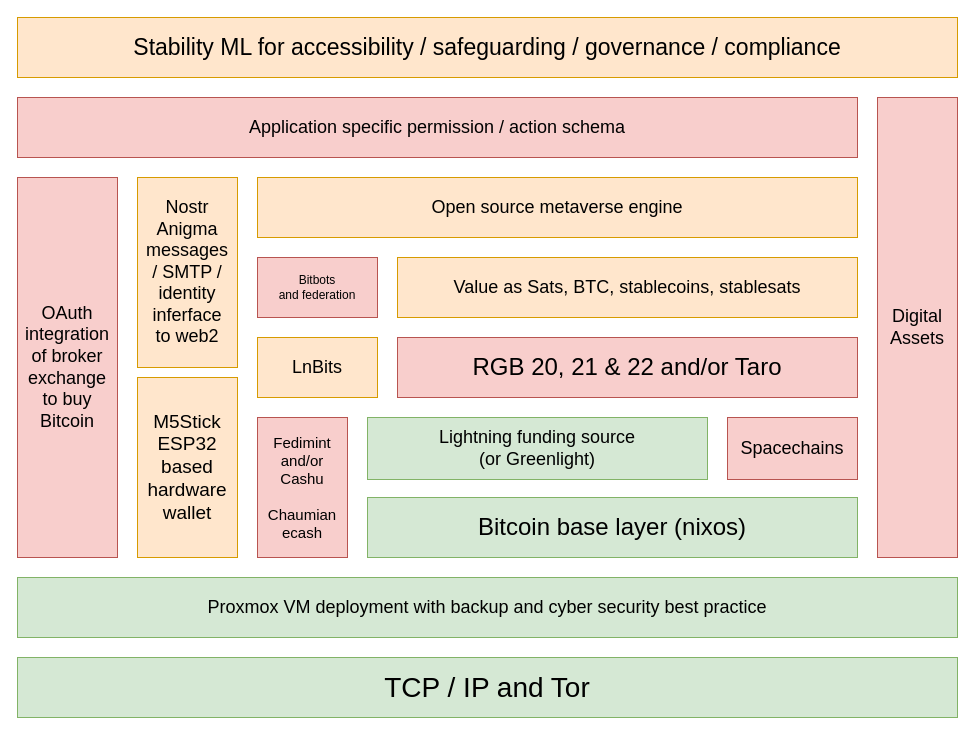
The draw.io diagram Book/Images/HighLevelStack.drawio in jjohare/DigiSocConvergence, before the edit. Source tidied: cells renumbered, new cells numbered last; positions are measured from the earlier drawing's top-left corner, leaving out a move shared by most shapes. Both pictures are drawn from the tidied source at 100%, with x=0, y=0 at pixel (17, 17).
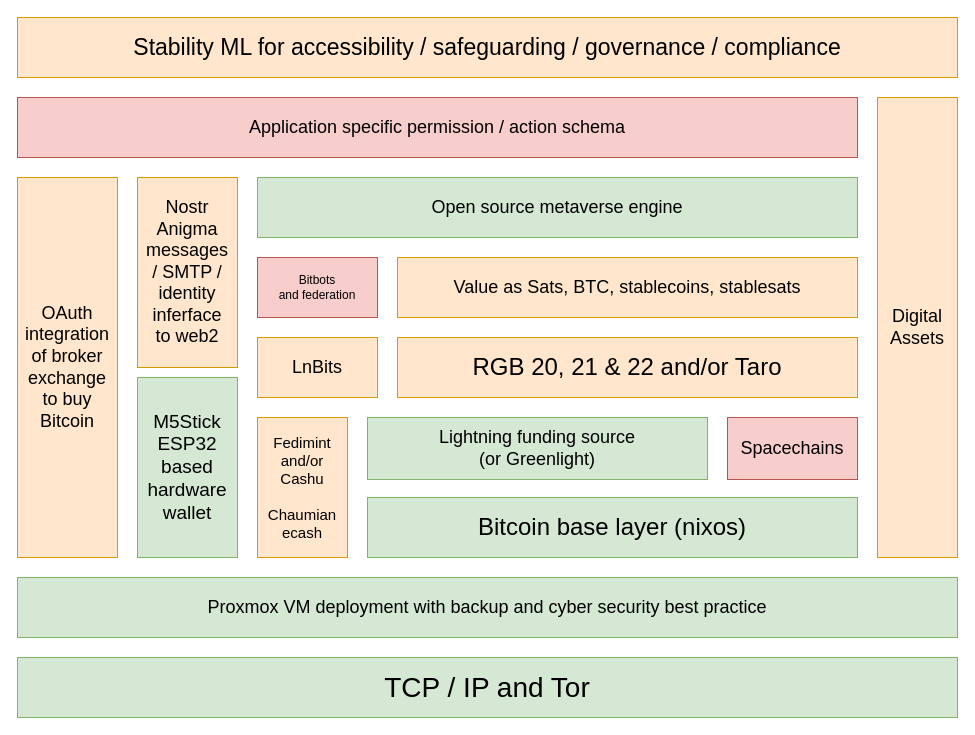
Above is the later version.

Diff of the diagram source:
```diff
@@
 <mxGraphModel>
   <root>
     <mxCell id="0" />
     <mxCell id="1" parent="0" />
     <mxCell id="2" value="&lt;font style=&quot;font-size: 18px&quot;&gt;Application specific permission / action schema&lt;br&gt;&lt;/font&gt;" style="rounded=0;whiteSpace=wrap;html=1;fillColor=#f8cecc;strokeColor=#b85450;" parent="1" vertex="1">
       <mxGeometry y="80" width="840" height="60" as="geometry" />
     </mxCell>
     <mxCell id="3" value="&lt;div&gt;Nostr&lt;/div&gt;&lt;div&gt;Anigma&lt;br&gt;&lt;/div&gt;&lt;div&gt;messages&lt;/div&gt;&lt;div&gt;/ SMTP /&lt;br&gt;&lt;/div&gt;&lt;div&gt;identity &lt;br&gt;&lt;/div&gt;&lt;div&gt;inferface&lt;/div&gt;&lt;div&gt;to web2&lt;br&gt;&lt;/div&gt;" style="rounded=0;whiteSpace=wrap;html=1;fontSize=18;fillColor=#ffe6cc;strokeColor=#d79b00;" parent="1" vertex="1">
       <mxGeometry x="120" y="160" width="100" height="190" as="geometry" />
     </mxCell>
     <mxCell id="4" value="LnBits" style="rounded=0;whiteSpace=wrap;html=1;fontSize=18;fillColor=#ffe6cc;strokeColor=#d79b00;" parent="1" vertex="1">
       <mxGeometry x="240" y="320" width="120" height="60" as="geometry" />
     </mxCell>
-    <mxCell id="5" value="&lt;font style=&quot;font-size: 18px&quot;&gt;Open source metaverse engine&lt;/font&gt;" style="rounded=0;whiteSpace=wrap;html=1;fillColor=#ffe6cc;strokeColor=#d79b00;" parent="1" vertex="1">
+    <mxCell id="5" value="&lt;font style=&quot;font-size: 18px&quot;&gt;Open source metaverse engine&lt;/font&gt;" style="rounded=0;whiteSpace=wrap;html=1;fillColor=#d5e8d4;strokeColor=#82b366;" parent="1" vertex="1">
       <mxGeometry x="240" y="160" width="600" height="60" as="geometry" />
     </mxCell>
     <mxCell id="6" value="&lt;font style=&quot;font-size: 18px&quot;&gt;Value as Sats, BTC, stablecoins, stablesats&lt;br&gt;&lt;/font&gt;" style="rounded=0;whiteSpace=wrap;html=1;fillColor=#ffe6cc;strokeColor=#d79b00;" parent="1" vertex="1">
       <mxGeometry x="380" y="240" width="460" height="60" as="geometry" />
     </mxCell>
-    <mxCell id="7" value="&lt;font style=&quot;font-size: 24px;&quot;&gt;RGB 20, 21 &amp;amp; 22 and/or Taro&lt;br&gt;&lt;/font&gt;" style="rounded=0;whiteSpace=wrap;html=1;fillColor=#f8cecc;strokeColor=#b85450;" parent="1" vertex="1">
+    <mxCell id="7" value="&lt;font style=&quot;font-size: 24px;&quot;&gt;RGB 20, 21 &amp;amp; 22 and/or Taro&lt;br&gt;&lt;/font&gt;" style="rounded=0;whiteSpace=wrap;html=1;fillColor=#ffe6cc;strokeColor=#d79b00;" parent="1" vertex="1">
       <mxGeometry x="380" y="320" width="460" height="60" as="geometry" />
     </mxCell>
     <mxCell id="8" value="&lt;div&gt;&lt;font style=&quot;font-size: 18px&quot;&gt;Lightning funding source&lt;/font&gt;&lt;/div&gt;&lt;div&gt;&lt;font style=&quot;font-size: 18px&quot;&gt;(or Greenlight)&lt;br&gt; &lt;/font&gt;&lt;/div&gt;" style="rounded=0;whiteSpace=wrap;html=1;fillColor=#d5e8d4;strokeColor=#82b366;" parent="1" vertex="1">
       <mxGeometry x="350" y="400" width="340" height="62" as="geometry" />
     </mxCell>
     <mxCell id="9" value="&lt;font style=&quot;font-size: 24px&quot;&gt;Bitcoin base layer (nixos)&lt;br&gt;&lt;/font&gt;" style="rounded=0;whiteSpace=wrap;html=1;fillColor=#d5e8d4;strokeColor=#82b366;" parent="1" vertex="1">
       <mxGeometry x="350" y="480" width="490" height="60" as="geometry" />
     </mxCell>
     <mxCell id="10" value="&lt;font style=&quot;font-size: 18px&quot;&gt;Proxmox VM deployment with backup and cyber security best practice&lt;/font&gt;" style="rounded=0;whiteSpace=wrap;html=1;fillColor=#d5e8d4;strokeColor=#82b366;" parent="1" vertex="1">
       <mxGeometry y="560" width="940" height="60" as="geometry" />
     </mxCell>
-    <mxCell id="11" value="&lt;div&gt;Digital&lt;br&gt;&lt;/div&gt;&lt;div&gt;Assets&lt;/div&gt;" style="rounded=0;whiteSpace=wrap;html=1;fontSize=18;fillColor=#f8cecc;strokeColor=#b85450;" parent="1" vertex="1">
+    <mxCell id="11" value="&lt;div&gt;Digital&lt;br&gt;&lt;/div&gt;&lt;div&gt;Assets&lt;/div&gt;" style="rounded=0;whiteSpace=wrap;html=1;fontSize=18;fillColor=#ffe6cc;strokeColor=#d79b00;" parent="1" vertex="1">
       <mxGeometry x="860" y="80" width="80" height="460" as="geometry" />
     </mxCell>
     <mxCell id="12" value="&lt;font style=&quot;font-size: 18px;&quot;&gt;Spacechains&lt;/font&gt;" style="rounded=0;whiteSpace=wrap;html=1;fillColor=#f8cecc;strokeColor=#b85450;" parent="1" vertex="1">
       <mxGeometry x="710" y="400" width="130" height="62" as="geometry" />
     </mxCell>
     <mxCell id="13" value="&lt;font style=&quot;font-size: 23px;&quot;&gt;Stability ML for accessibility / safeguarding / governance / compliance&lt;br&gt;&lt;/font&gt;" style="rounded=0;whiteSpace=wrap;html=1;fillColor=#ffe6cc;strokeColor=#d79b00;" parent="1" vertex="1">
       <mxGeometry width="940" height="60" as="geometry" />
     </mxCell>
     <mxCell id="14" value="&lt;font style=&quot;font-size: 28px;&quot;&gt;TCP / IP and Tor&lt;br&gt;&lt;/font&gt;" style="rounded=0;whiteSpace=wrap;html=1;fillColor=#d5e8d4;strokeColor=#82b366;" parent="1" vertex="1">
       <mxGeometry y="640" width="940" height="60" as="geometry" />
     </mxCell>
-    <mxCell id="15" value="&lt;div style=&quot;font-size: 15px;&quot;&gt;&lt;font style=&quot;font-size: 15px;&quot;&gt;Fedimint&lt;/font&gt;&lt;/div&gt;&lt;div style=&quot;font-size: 15px;&quot;&gt;&lt;font style=&quot;font-size: 15px;&quot;&gt;and/or&lt;/font&gt;&lt;/div&gt;&lt;div style=&quot;font-size: 15px;&quot;&gt;&lt;font style=&quot;font-size: 15px;&quot;&gt;Cashu&lt;/font&gt;&lt;/div&gt;&lt;div style=&quot;font-size: 15px;&quot;&gt;&lt;font style=&quot;font-size: 15px;&quot;&gt;&lt;br&gt;&lt;/font&gt;&lt;/div&gt;&lt;div style=&quot;font-size: 15px;&quot;&gt;&lt;font style=&quot;font-size: 15px;&quot;&gt;Chaumian&lt;/font&gt;&lt;/div&gt;&lt;div style=&quot;font-size: 15px;&quot;&gt;&lt;font style=&quot;font-size: 15px;&quot;&gt;ecash&lt;br&gt;&lt;/font&gt;&lt;/div&gt;" style="rounded=0;whiteSpace=wrap;html=1;fillColor=#f8cecc;strokeColor=#b85450;" parent="1" vertex="1">
+    <mxCell id="15" value="&lt;div style=&quot;font-size: 15px;&quot;&gt;&lt;font style=&quot;font-size: 15px;&quot;&gt;Fedimint&lt;/font&gt;&lt;/div&gt;&lt;div style=&quot;font-size: 15px;&quot;&gt;&lt;font style=&quot;font-size: 15px;&quot;&gt;and/or&lt;/font&gt;&lt;/div&gt;&lt;div style=&quot;font-size: 15px;&quot;&gt;&lt;font style=&quot;font-size: 15px;&quot;&gt;Cashu&lt;/font&gt;&lt;/div&gt;&lt;div style=&quot;font-size: 15px;&quot;&gt;&lt;font style=&quot;font-size: 15px;&quot;&gt;&lt;br&gt;&lt;/font&gt;&lt;/div&gt;&lt;div style=&quot;font-size: 15px;&quot;&gt;&lt;font style=&quot;font-size: 15px;&quot;&gt;Chaumian&lt;/font&gt;&lt;/div&gt;&lt;div style=&quot;font-size: 15px;&quot;&gt;&lt;font style=&quot;font-size: 15px;&quot;&gt;ecash&lt;br&gt;&lt;/font&gt;&lt;/div&gt;" style="rounded=0;whiteSpace=wrap;html=1;fillColor=#ffe6cc;strokeColor=#d79b00;" parent="1" vertex="1">
       <mxGeometry x="240" y="400" width="90" height="140" as="geometry" />
     </mxCell>
     <mxCell id="16" value="&lt;div&gt;Bitbots&lt;/div&gt;&lt;div&gt;and federation&lt;br&gt;&lt;/div&gt;" style="rounded=0;whiteSpace=wrap;html=1;fillColor=#f8cecc;strokeColor=#b85450;" parent="1" vertex="1">
       <mxGeometry x="240" y="240" width="120" height="60" as="geometry" />
     </mxCell>
-    <mxCell id="17" value="&lt;h3 style=&quot;font-size: 19px;&quot; class=&quot;ud-feature-title&quot;&gt;&lt;span style=&quot;font-weight: normal;&quot;&gt;M5Stick ESP32&lt;/span&gt; &lt;span style=&quot;font-weight: normal;&quot;&gt;based hardware wallet&lt;/span&gt;&lt;br&gt;&lt;/h3&gt;" style="rounded=0;whiteSpace=wrap;html=1;fontSize=18;fillColor=#ffe6cc;strokeColor=#d79b00;" parent="1" vertex="1">
+    <mxCell id="17" value="&lt;h3 style=&quot;font-size: 19px;&quot; class=&quot;ud-feature-title&quot;&gt;&lt;span style=&quot;font-weight: normal;&quot;&gt;M5Stick ESP32&lt;/span&gt; &lt;span style=&quot;font-weight: normal;&quot;&gt;based hardware wallet&lt;/span&gt;&lt;br&gt;&lt;/h3&gt;" style="rounded=0;whiteSpace=wrap;html=1;fontSize=18;fillColor=#d5e8d4;strokeColor=#82b366;" parent="1" vertex="1">
       <mxGeometry x="120" y="360" width="100" height="180" as="geometry" />
     </mxCell>
-    <mxCell id="18" value="&lt;div&gt;OAuth integration of broker exchange&lt;/div&gt;&lt;div&gt;to buy&lt;/div&gt;&lt;div&gt;Bitcoin&lt;br&gt;&lt;/div&gt;" style="rounded=0;whiteSpace=wrap;html=1;fontSize=18;fillColor=#f8cecc;strokeColor=#b85450;" parent="1" vertex="1">
+    <mxCell id="18" value="&lt;div&gt;OAuth integration of broker exchange&lt;/div&gt;&lt;div&gt;to buy&lt;/div&gt;&lt;div&gt;Bitcoin&lt;br&gt;&lt;/div&gt;" style="rounded=0;whiteSpace=wrap;html=1;fontSize=18;fillColor=#ffe6cc;strokeColor=#d79b00;" parent="1" vertex="1">
       <mxGeometry y="160" width="100" height="380" as="geometry" />
     </mxCell>
   </root>
 </mxGraphModel>
```
